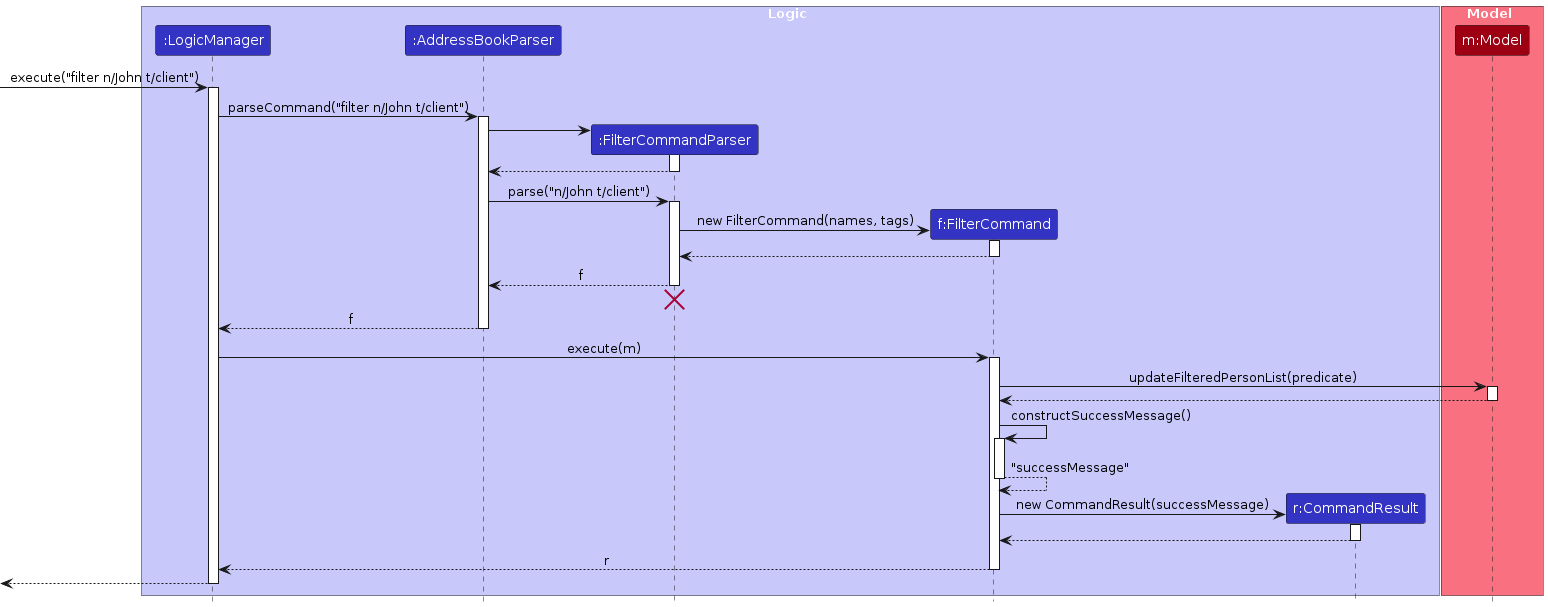
valhrd/tp keeps this PlantUML diagram as diagrams/FilterSequenceDiagram.png. Above is the earlier version. Its source is kept beside it as diagrams/FilterSequenceDiagram.puml.
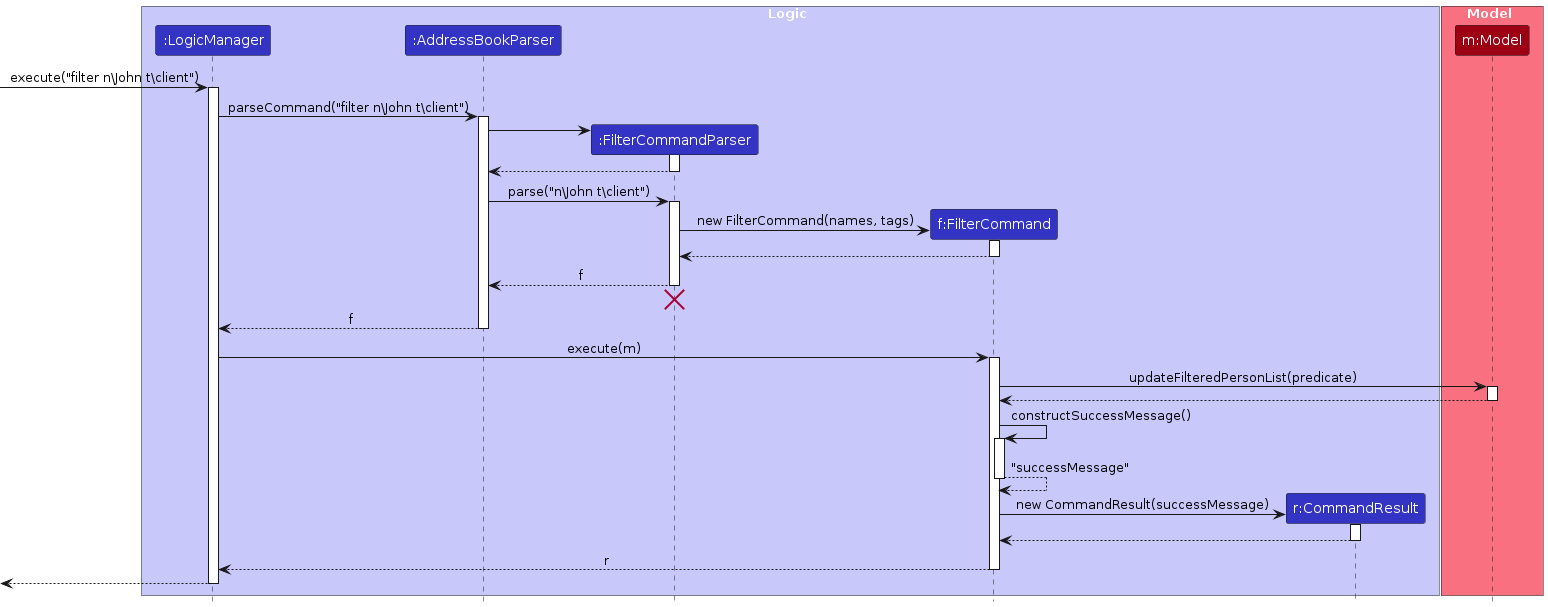
Later version of the same file.

What changed in the source:
```diff
@@ -14,10 +14,10 @@
 participant "m:Model" as Model MODEL_COLOR
 end box
 
-[-> LogicManager : execute("filter n/John t/client")
+[-> LogicManager : execute("filter n\John t\client")
 activate LogicManager
 
-LogicManager -> AddressBookParser : parseCommand("filter n/John t/client")
+LogicManager -> AddressBookParser : parseCommand("filter n\John t\client")
 activate AddressBookParser
 
 create FilterCommandParser
@@ -27,7 +27,7 @@
 FilterCommandParser --> AddressBookParser
 deactivate FilterCommandParser
 
-AddressBookParser -> FilterCommandParser : parse("n/John t/client")
+AddressBookParser -> FilterCommandParser : parse("n\John t\client")
 activate FilterCommandParser
 
 create FilterCommand
```
